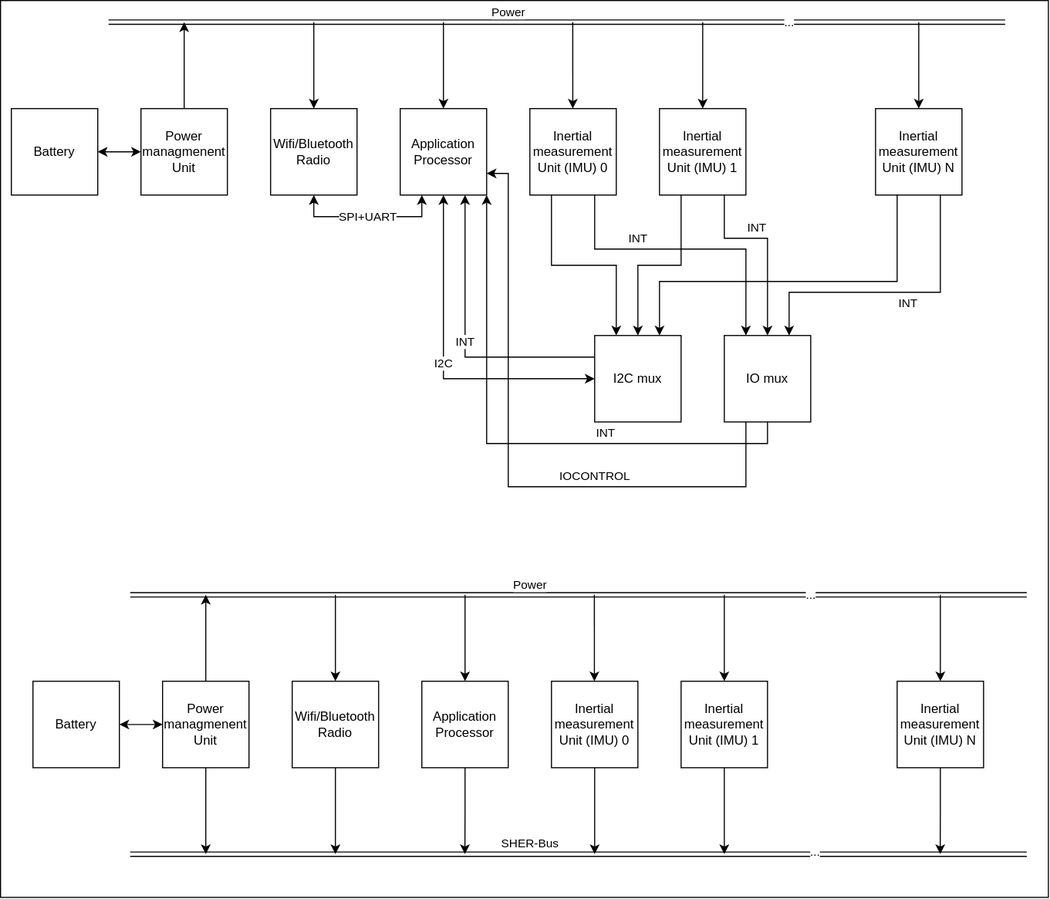
Before: Figures/Mouvement.svg, a diagram exported from draw.io (cdg66/BUS_figures). Source tidied: cells renumbered, new cells last; positions are measured from the earlier drawing's top-left corner, leaving out a move shared by most shapes.
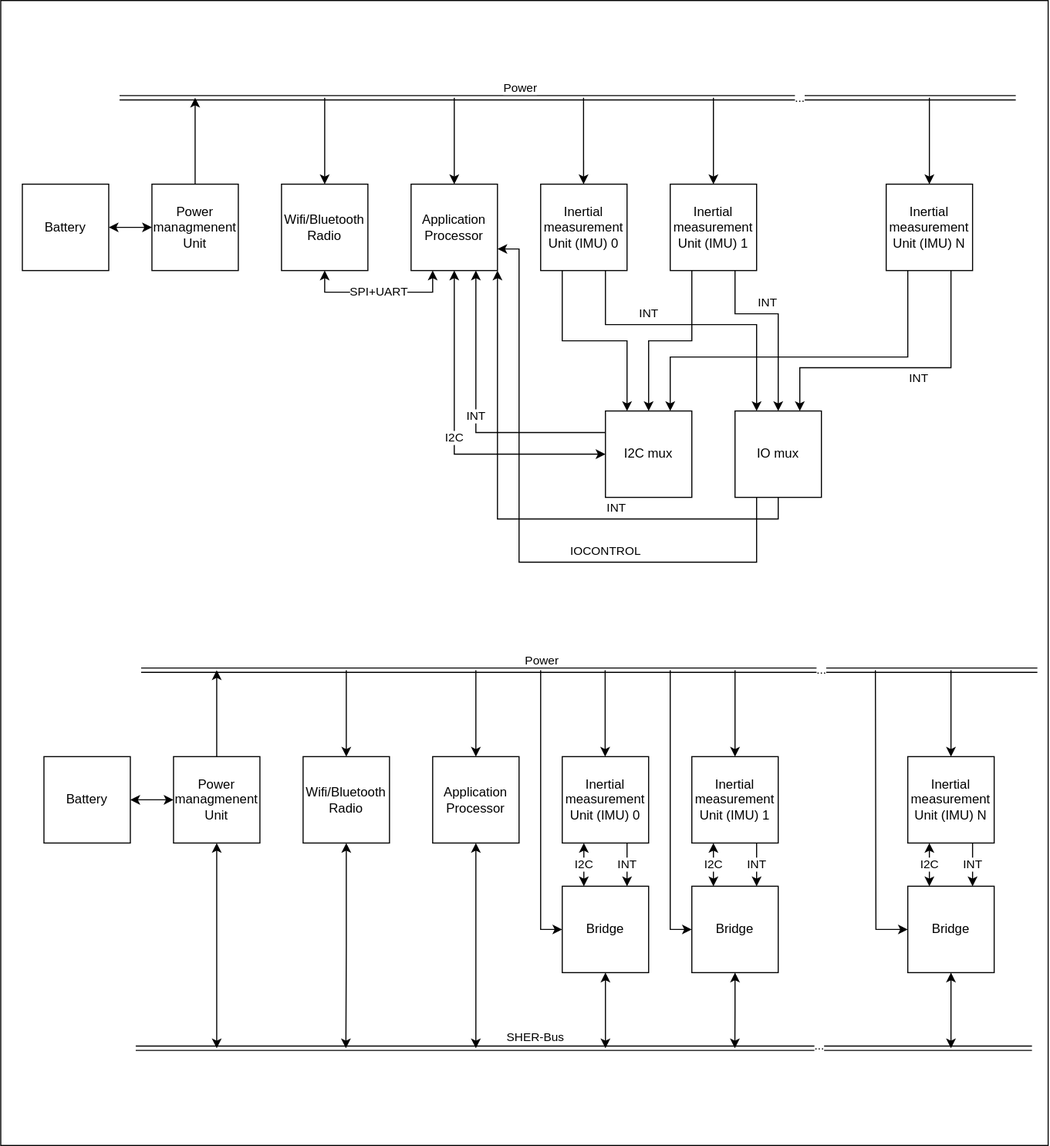
The same diagram one commit later.

What changed in the source:
```diff
@@ -3,11 +3,11 @@
     <mxCell id="0" />
     <mxCell id="1" parent="0" />
     <mxCell id="2" style="rounded=0;whiteSpace=wrap;html=1;" parent="1" vertex="1">
-      <mxGeometry width="970" height="830" as="geometry" />
+      <mxGeometry x="-10" y="-70" width="970" height="1060" as="geometry" />
     </mxCell>
-    <mxCell id="3" style="edgeStyle=orthogonalEdgeStyle;rounded=0;jettySize=auto;html=1;" parent="1" edge="1" source="5">
+    <mxCell id="3" style="edgeStyle=orthogonalEdgeStyle;rounded=0;jettySize=auto;html=1;exitX=0.5;exitY=1;exitDx=0;exitDy=0;startArrow=classic;startFill=1;" parent="1" edge="1" source="5">
       <mxGeometry relative="1" as="geometry">
-        <mxPoint x="310" y="790" as="targetPoint" />
+        <mxPoint x="309.6" y="900" as="targetPoint" />
       </mxGeometry>
     </mxCell>
     <mxCell id="4" style="edgeStyle=orthogonalEdgeStyle;rounded=0;jettySize=auto;html=1;endArrow=none;endFill=0;startArrow=classic;startFill=1;" parent="1" edge="1" source="5">
@@ -18,9 +18,9 @@
     <mxCell id="5" value="&lt;div&gt;Wifi/Bluetooth&lt;/div&gt;&lt;div&gt;Radio&lt;br&gt;&lt;/div&gt;" style="whiteSpace=wrap;html=1;" parent="1" vertex="1">
       <mxGeometry x="270" y="630" width="80" height="80" as="geometry" />
     </mxCell>
-    <mxCell id="6" style="edgeStyle=orthogonalEdgeStyle;rounded=0;jettySize=auto;html=1;exitX=0.5;exitY=1;exitDx=0;exitDy=0;" parent="1" edge="1" source="8">
+    <mxCell id="6" style="edgeStyle=orthogonalEdgeStyle;rounded=0;jettySize=auto;html=1;exitX=0.5;exitY=1;exitDx=0;exitDy=0;startArrow=classic;startFill=1;" parent="1" edge="1" source="8">
       <mxGeometry relative="1" as="geometry">
-        <mxPoint x="429.9" y="790" as="targetPoint" />
+        <mxPoint x="430" y="900" as="targetPoint" />
       </mxGeometry>
     </mxCell>
     <mxCell id="7" style="edgeStyle=orthogonalEdgeStyle;rounded=0;jettySize=auto;html=1;startArrow=classic;startFill=1;endArrow=none;endFill=0;" parent="1" edge="1" source="8">
@@ -31,50 +31,63 @@
     <mxCell id="8" value="&lt;div&gt;Application &lt;br&gt;&lt;/div&gt;&lt;div&gt;Processor&lt;br&gt;&lt;/div&gt;" style="whiteSpace=wrap;html=1;" parent="1" vertex="1">
       <mxGeometry x="390" y="630" width="80" height="80" as="geometry" />
     </mxCell>
-    <mxCell id="9" style="edgeStyle=orthogonalEdgeStyle;rounded=0;jettySize=auto;html=1;" parent="1" edge="1" source="11">
-      <mxGeometry relative="1" as="geometry">
-        <mxPoint x="550" y="790" as="targetPoint" />
-      </mxGeometry>
-    </mxCell>
     <mxCell id="10" style="edgeStyle=orthogonalEdgeStyle;rounded=0;orthogonalLoop=1;jettySize=auto;html=1;startArrow=classic;startFill=1;endArrow=none;endFill=0;" parent="1" edge="1">
       <mxGeometry relative="1" as="geometry">
         <mxPoint x="549.7" y="630" as="sourcePoint" />
         <mxPoint x="549.7" y="550" as="targetPoint" />
       </mxGeometry>
     </mxCell>
+    <mxCell id="56" value="I2C" style="edgeStyle=orthogonalEdgeStyle;rounded=0;jettySize=auto;html=1;exitX=0.25;exitY=1;exitDx=0;exitDy=0;entryX=0.25;entryY=0;entryDx=0;entryDy=0;startArrow=classic;startFill=1;" parent="1" edge="1" source="11" target="64">
+      <mxGeometry relative="1" as="geometry">
+        <Array as="points">
+          <mxPoint x="530" y="730" />
+          <mxPoint x="530" y="730" />
+        </Array>
+      </mxGeometry>
+    </mxCell>
+    <mxCell id="57" value="INT" style="edgeStyle=orthogonalEdgeStyle;rounded=0;jettySize=auto;html=1;exitX=0.75;exitY=1;exitDx=0;exitDy=0;entryX=0.75;entryY=0;entryDx=0;entryDy=0;" parent="1" edge="1" source="11" target="64">
+      <mxGeometry relative="1" as="geometry" />
+    </mxCell>
     <mxCell id="11" value="Inertial measurement Unit (IMU) 0" style="whiteSpace=wrap;html=1;" parent="1" vertex="1">
       <mxGeometry x="510" y="630" width="80" height="80" as="geometry" />
     </mxCell>
-    <mxCell id="12" style="edgeStyle=orthogonalEdgeStyle;rounded=0;jettySize=auto;html=1;" parent="1" edge="1" source="14">
-      <mxGeometry relative="1" as="geometry">
-        <mxPoint x="670" y="790" as="targetPoint" />
-      </mxGeometry>
-    </mxCell>
     <mxCell id="13" style="edgeStyle=orthogonalEdgeStyle;rounded=0;jettySize=auto;html=1;startArrow=classic;startFill=1;endArrow=none;endFill=0;" parent="1" edge="1" source="14">
       <mxGeometry relative="1" as="geometry">
         <mxPoint x="670" y="550" as="targetPoint" />
       </mxGeometry>
     </mxCell>
+    <mxCell id="58" value="I2C" style="edgeStyle=orthogonalEdgeStyle;rounded=0;jettySize=auto;html=1;exitX=0.25;exitY=1;exitDx=0;exitDy=0;entryX=0.25;entryY=0;entryDx=0;entryDy=0;startArrow=classic;startFill=1;" parent="1" edge="1" source="14" target="67">
+      <mxGeometry relative="1" as="geometry" />
+    </mxCell>
+    <mxCell id="59" value="INT" style="edgeStyle=orthogonalEdgeStyle;rounded=0;jettySize=auto;html=1;exitX=0.75;exitY=1;exitDx=0;exitDy=0;entryX=0.75;entryY=0;entryDx=0;entryDy=0;" parent="1" edge="1" source="14" target="67">
+      <mxGeometry relative="1" as="geometry" />
+    </mxCell>
     <mxCell id="14" value="Inertial measurement Unit (IMU) 1" style="whiteSpace=wrap;html=1;" parent="1" vertex="1">
       <mxGeometry x="630" y="630" width="80" height="80" as="geometry" />
     </mxCell>
-    <mxCell id="15" style="edgeStyle=orthogonalEdgeStyle;rounded=0;jettySize=auto;html=1;exitX=0.5;exitY=1;exitDx=0;exitDy=0;" parent="1" edge="1" source="17">
-      <mxGeometry relative="1" as="geometry">
-        <mxPoint x="869.9" y="790" as="targetPoint" />
-      </mxGeometry>
-    </mxCell>
     <mxCell id="16" style="edgeStyle=orthogonalEdgeStyle;rounded=0;jettySize=auto;html=1;startArrow=classic;startFill=1;endArrow=none;endFill=0;" parent="1" edge="1" source="17">
       <mxGeometry relative="1" as="geometry">
         <mxPoint x="870" y="550" as="targetPoint" />
       </mxGeometry>
     </mxCell>
+    <mxCell id="60" value="I2C" style="edgeStyle=orthogonalEdgeStyle;rounded=0;jettySize=auto;html=1;exitX=0.25;exitY=1;exitDx=0;exitDy=0;entryX=0.25;entryY=0;entryDx=0;entryDy=0;startArrow=classic;startFill=1;" parent="1" edge="1" source="17" target="70">
+      <mxGeometry relative="1" as="geometry" />
+    </mxCell>
+    <mxCell id="61" value="INT" style="edgeStyle=orthogonalEdgeStyle;rounded=0;jettySize=auto;html=1;exitX=0.75;exitY=1;exitDx=0;exitDy=0;entryX=0.75;entryY=0;entryDx=0;entryDy=0;" parent="1" edge="1" source="17" target="70">
+      <mxGeometry relative="1" as="geometry">
+        <Array as="points">
+          <mxPoint x="890" y="730" />
+          <mxPoint x="890" y="730" />
+        </Array>
+      </mxGeometry>
+    </mxCell>
     <mxCell id="17" value="Inertial measurement Unit (IMU) N" style="whiteSpace=wrap;html=1;" parent="1" vertex="1">
       <mxGeometry x="830" y="630" width="80" height="80" as="geometry" />
     </mxCell>
     <mxCell id="18" value="SHER-Bus" style="shape=link;html=1;rounded=0;" parent="1" edge="1">
       <mxGeometry x="-0.11" y="10" relative="1" as="geometry">
-        <mxPoint x="120" y="790" as="sourcePoint" />
-        <mxPoint x="950" y="790" as="targetPoint" />
+        <mxPoint x="115" y="900" as="sourcePoint" />
+        <mxPoint x="945" y="900" as="targetPoint" />
       </mxGeometry>
     </mxCell>
     <mxCell id="19" value="..." style="edgeLabel;html=1;align=center;verticalAlign=middle;" parent="18" vertex="1">
@@ -96,9 +109,9 @@
         <mxPoint x="190" y="550" as="targetPoint" />
       </mxGeometry>
     </mxCell>
-    <mxCell id="23" style="edgeStyle=orthogonalEdgeStyle;rounded=0;jettySize=auto;html=1;" parent="1" edge="1" source="25">
+    <mxCell id="23" style="edgeStyle=orthogonalEdgeStyle;rounded=0;jettySize=auto;html=1;startArrow=classic;startFill=1;" parent="1" edge="1" source="25">
       <mxGeometry relative="1" as="geometry">
-        <mxPoint x="190" y="790" as="targetPoint" />
+        <mxPoint x="190" y="900" as="targetPoint" />
       </mxGeometry>
     </mxCell>
     <mxCell id="24" style="edgeStyle=orthogonalEdgeStyle;rounded=0;jettySize=auto;html=1;entryX=1;entryY=0.5;entryDx=0;entryDy=0;startArrow=classic;startFill=1;" parent="1" edge="1" source="25" target="26">
@@ -241,5 +254,44 @@
     <mxCell id="55" value="IO mux" style="whiteSpace=wrap;html=1;" parent="1" vertex="1">
       <mxGeometry x="670" y="310" width="80" height="80" as="geometry" />
     </mxCell>
+    <mxCell id="62" style="edgeStyle=orthogonalEdgeStyle;rounded=0;jettySize=auto;html=1;startArrow=classic;startFill=1;" parent="1" edge="1" source="64">
+      <mxGeometry relative="1" as="geometry">
+        <mxPoint x="550" y="900" as="targetPoint" />
+      </mxGeometry>
+    </mxCell>
+    <mxCell id="63" style="edgeStyle=orthogonalEdgeStyle;rounded=0;jettySize=auto;html=1;exitX=0;exitY=0.5;exitDx=0;exitDy=0;endArrow=none;endFill=0;startArrow=classic;startFill=1;" parent="1" edge="1" source="64">
+      <mxGeometry relative="1" as="geometry">
+        <mxPoint x="490" y="550" as="targetPoint" />
+      </mxGeometry>
+    </mxCell>
+    <mxCell id="64" value="Bridge" style="whiteSpace=wrap;html=1;" parent="1" vertex="1">
+      <mxGeometry x="510" y="750" width="80" height="80" as="geometry" />
+    </mxCell>
+    <mxCell id="65" style="edgeStyle=orthogonalEdgeStyle;rounded=0;jettySize=auto;html=1;exitX=0.5;exitY=1;exitDx=0;exitDy=0;startArrow=classic;startFill=1;" parent="1" edge="1" source="67">
+      <mxGeometry relative="1" as="geometry">
+        <mxPoint x="669.9" y="900" as="targetPoint" />
+      </mxGeometry>
+    </mxCell>
+    <mxCell id="66" style="edgeStyle=orthogonalEdgeStyle;rounded=0;jettySize=auto;html=1;exitX=0;exitY=0.5;exitDx=0;exitDy=0;startArrow=classic;startFill=1;endArrow=none;endFill=0;" parent="1" edge="1" source="67">
+      <mxGeometry relative="1" as="geometry">
+        <mxPoint x="610" y="550" as="targetPoint" />
+      </mxGeometry>
+    </mxCell>
+    <mxCell id="67" value="Bridge" style="whiteSpace=wrap;html=1;" parent="1" vertex="1">
+      <mxGeometry x="630" y="750" width="80" height="80" as="geometry" />
+    </mxCell>
+    <mxCell id="68" style="edgeStyle=orthogonalEdgeStyle;rounded=0;jettySize=auto;html=1;startArrow=classic;startFill=1;" parent="1" edge="1" source="70">
+      <mxGeometry relative="1" as="geometry">
+        <mxPoint x="870" y="900" as="targetPoint" />
+      </mxGeometry>
+    </mxCell>
+    <mxCell id="69" style="edgeStyle=orthogonalEdgeStyle;rounded=0;jettySize=auto;html=1;exitX=0;exitY=0.5;exitDx=0;exitDy=0;endArrow=none;endFill=0;startArrow=classic;startFill=1;" parent="1" edge="1" source="70">
+      <mxGeometry relative="1" as="geometry">
+        <mxPoint x="800" y="550" as="targetPoint" />
+      </mxGeometry>
+    </mxCell>
+    <mxCell id="70" value="Bridge" style="whiteSpace=wrap;html=1;" parent="1" vertex="1">
+      <mxGeometry x="830" y="750" width="80" height="80" as="geometry" />
+    </mxCell>
   </root>
 </mxGraphModel>
```
